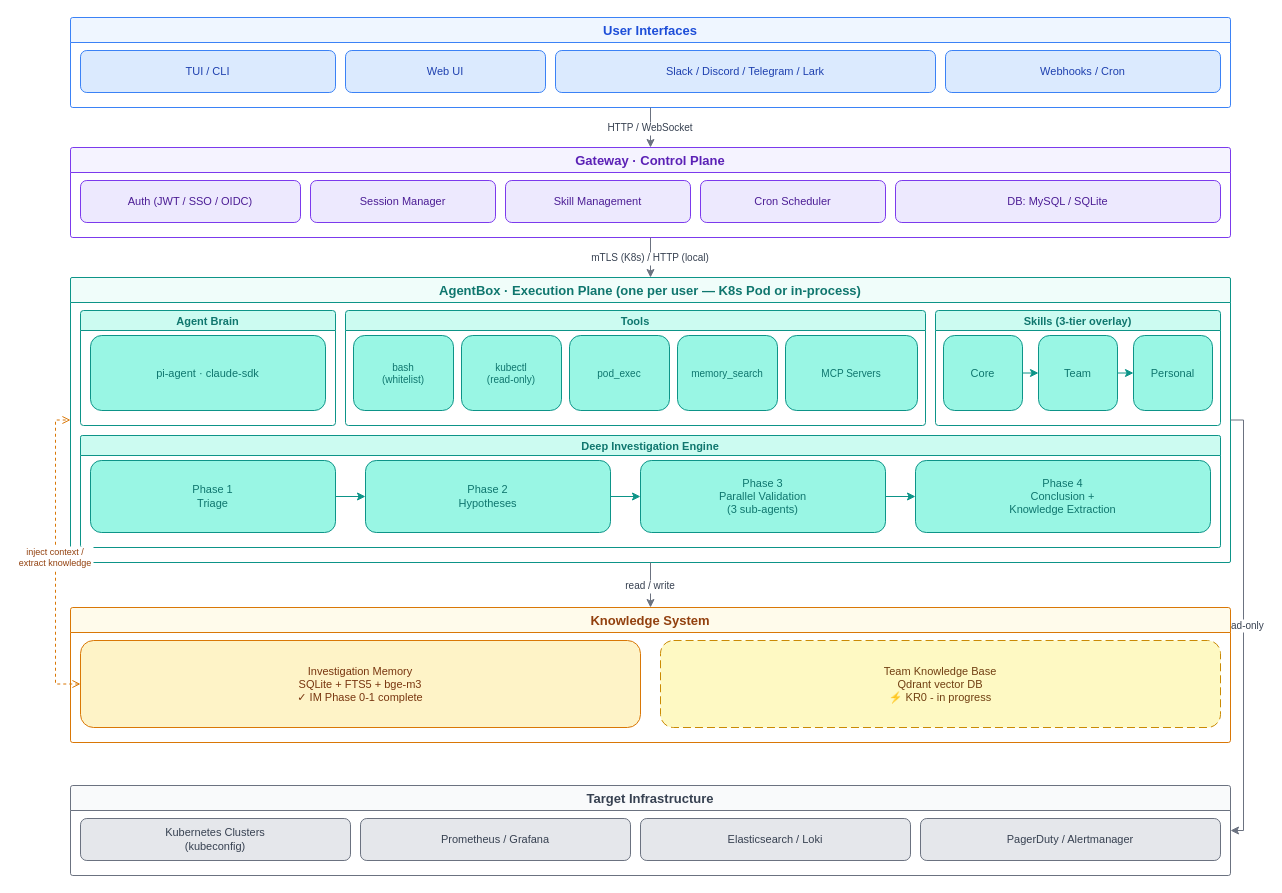
Before: docs/assets/architecture.drawio in scitix/siclaw, a draw.io diagram. Source tidied: cells renumbered, new cells numbered last; positions are measured from the earlier drawing's top-left corner, leaving out a move shared by most shapes. Both pictures are drawn from the tidied source at 100%, with x=0, y=0 at pixel (55, 17).
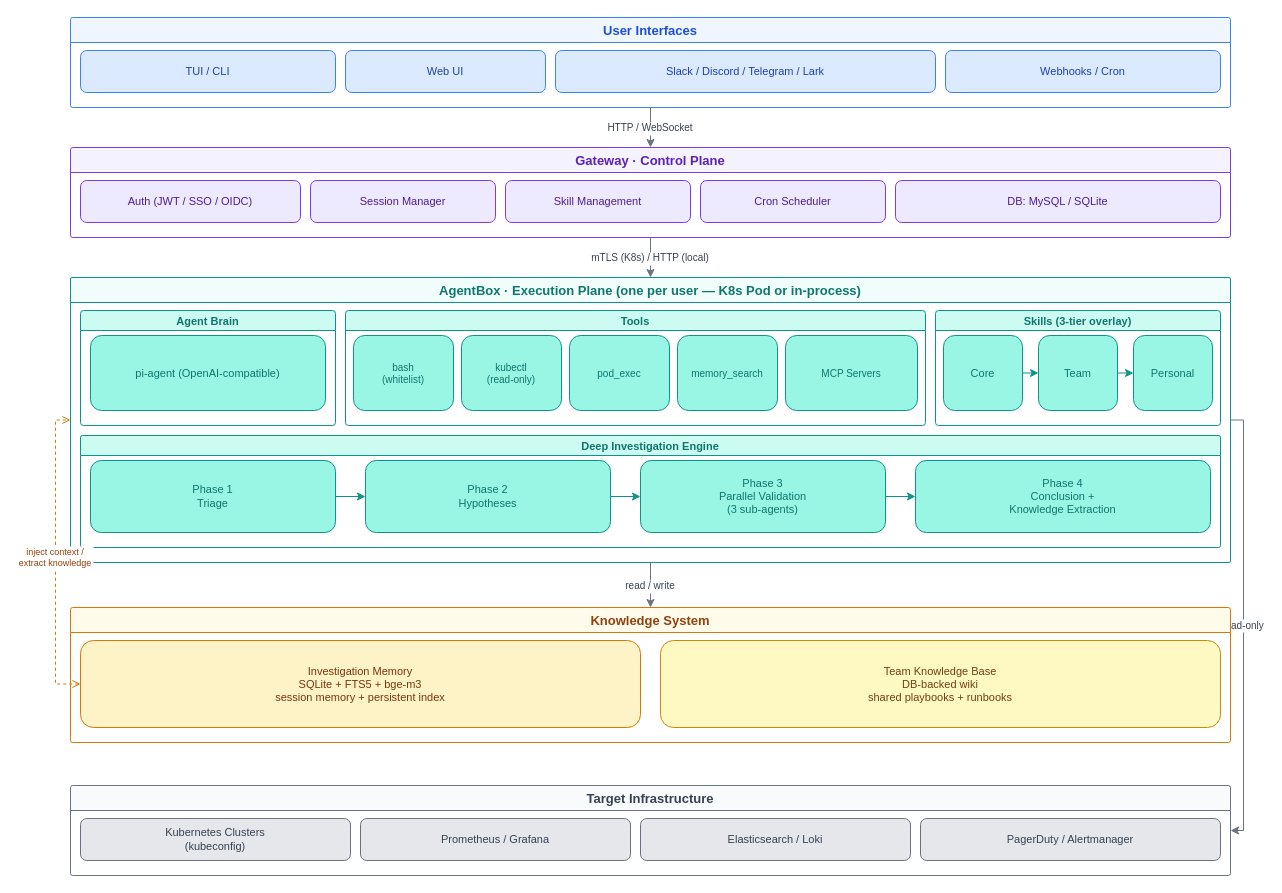
After the change.

Unchanged cells that the change refers to:
```xml
<mxCell id="16" value="Agent Brain" style="swimlane;startSize=20;fillColor=#CCFBF1;strokeColor=#0D9488;fontColor=#0F766E;fontSize=11;fontStyle=1;rounded=1;arcSize=5;" parent="15" vertex="1">
  <mxGeometry x="10" y="33" width="255" height="115" as="geometry" />
</mxCell>
<mxCell id="40" value="Knowledge System" style="swimlane;startSize=25;fillColor=#FFFBEB;strokeColor=#D97706;fontColor=#92400E;fontSize=13;fontStyle=1;rounded=1;arcSize=3;" parent="1" vertex="1">
  <mxGeometry x="15" y="590" width="1160" height="135" as="geometry" />
</mxCell>
```

What changed in the source:
```diff
@@
-    <mxCell id="17" value="pi-agent · claude-sdk" style="rounded=1;whiteSpace=wrap;fillColor=#99F6E4;strokeColor=#0D9488;fontColor=#0F766E;fontSize=11;" parent="16" vertex="1">
+    <mxCell id="17" value="pi-agent (OpenAI-compatible)" style="rounded=1;whiteSpace=wrap;fillColor=#99F6E4;strokeColor=#0D9488;fontColor=#0F766E;fontSize=11;" parent="16" vertex="1">
       <mxGeometry x="10" y="25" width="235" height="75" as="geometry" />
     </mxCell>
@@
-    <mxCell id="41" value="Investigation Memory&#10;SQLite + FTS5 + bge-m3&#10;✓ IM Phase 0-1 complete" style="rounded=1;whiteSpace=wrap;fillColor=#FEF3C7;strokeColor=#D97706;fontColor=#78350F;fontSize=11;" parent="40" vertex="1">
+    <mxCell id="41" value="Investigation Memory&#10;SQLite + FTS5 + bge-m3&#10;session memory + persistent index" style="rounded=1;whiteSpace=wrap;fillColor=#FEF3C7;strokeColor=#D97706;fontColor=#78350F;fontSize=11;" parent="40" vertex="1">
       <mxGeometry x="10" y="33" width="560" height="87" as="geometry" />
     </mxCell>
-    <mxCell id="42" value="Team Knowledge Base&#10;Qdrant vector DB&#10;⚡ KR0 - in progress" style="rounded=1;whiteSpace=wrap;fillColor=#FEF9C3;strokeColor=#CA8A04;fontColor=#713F12;fontSize=11;dashed=1;dashPattern=8 4;" parent="40" vertex="1">
+    <mxCell id="42" value="Team Knowledge Base&#10;DB-backed wiki&#10;shared playbooks + runbooks" style="rounded=1;whiteSpace=wrap;fillColor=#FEF9C3;strokeColor=#CA8A04;fontColor=#713F12;fontSize=11;" parent="40" vertex="1">
       <mxGeometry x="590" y="33" width="560" height="87" as="geometry" />
     </mxCell>
```
